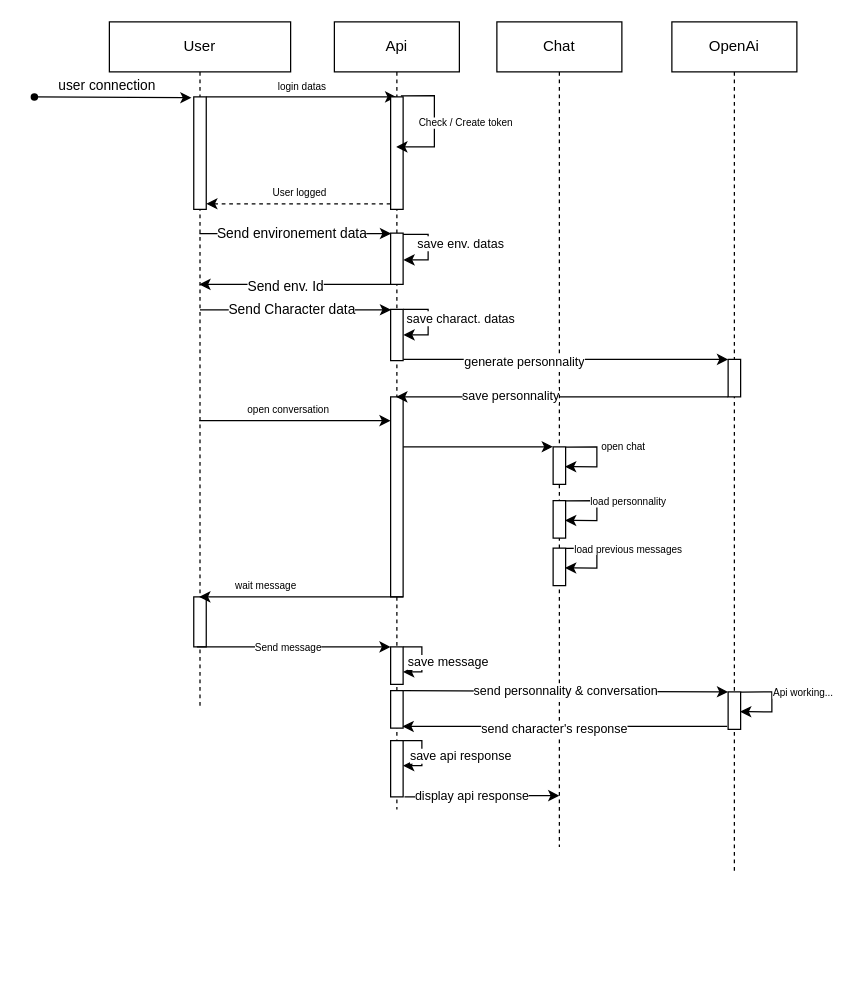
Before: page "Sequence" (6 of 6) of UseCase.drawio in TheoPasquier/Ai-Personnality-chatting, a draw.io diagram. Source tidied: cells renumbered, new cells numbered last; positions are measured from the earlier drawing's top-left corner, leaving out a move shared by most shapes. Both pictures are drawn from the tidied source at 125%, with x=0, y=0 at pixel (21, 21).
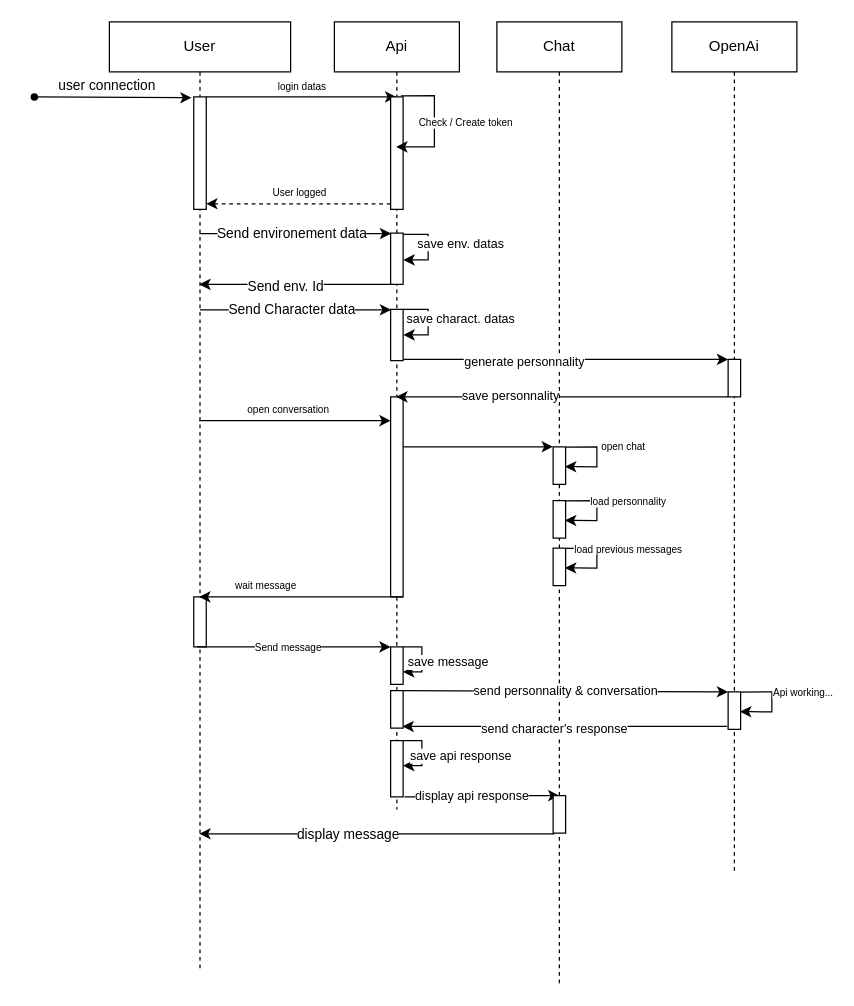
The same diagram, later.

What changed in the source:
```diff
@@
     <mxCell id="4" value="User" style="shape=umlLifeline;perimeter=lifelinePerimeter;whiteSpace=wrap;html=1;outlineConnect=0;" parent="1" vertex="1">
-      <mxGeometry x="70" width="145" height="550" as="geometry" />
+      <mxGeometry x="70" width="145" height="760" as="geometry" />
     </mxCell>
@@
     <mxCell id="18" value="Chat" style="shape=umlLifeline;perimeter=lifelinePerimeter;whiteSpace=wrap;html=1;" parent="1" vertex="1">
-      <mxGeometry x="380" width="100" height="660" as="geometry" />
+      <mxGeometry x="380" width="100" height="770" as="geometry" />
     </mxCell>
@@
+    <mxCell id="69" style="edgeStyle=orthogonalEdgeStyle;rounded=0;jettySize=auto;html=1;exitX=0.115;exitY=1.018;exitDx=0;exitDy=0;exitPerimeter=0;" parent="1" edge="1" source="71" target="4">
+      <mxGeometry relative="1" as="geometry">
+        <Array as="points">
+          <mxPoint x="410" y="650" />
+          <mxPoint x="410" y="650" />
+        </Array>
+      </mxGeometry>
+    </mxCell>
+    <mxCell id="70" value="display message" style="edgeLabel;html=1;align=center;verticalAlign=middle;" parent="69" vertex="1">
+      <mxGeometry x="0.17" relative="1" as="geometry" />
+    </mxCell>
+    <mxCell id="71" style="html=1;points=[];perimeter=orthogonalPerimeter;" parent="1" vertex="1">
+      <mxGeometry x="425" y="619" width="10" height="30" as="geometry" />
+    </mxCell>
```
